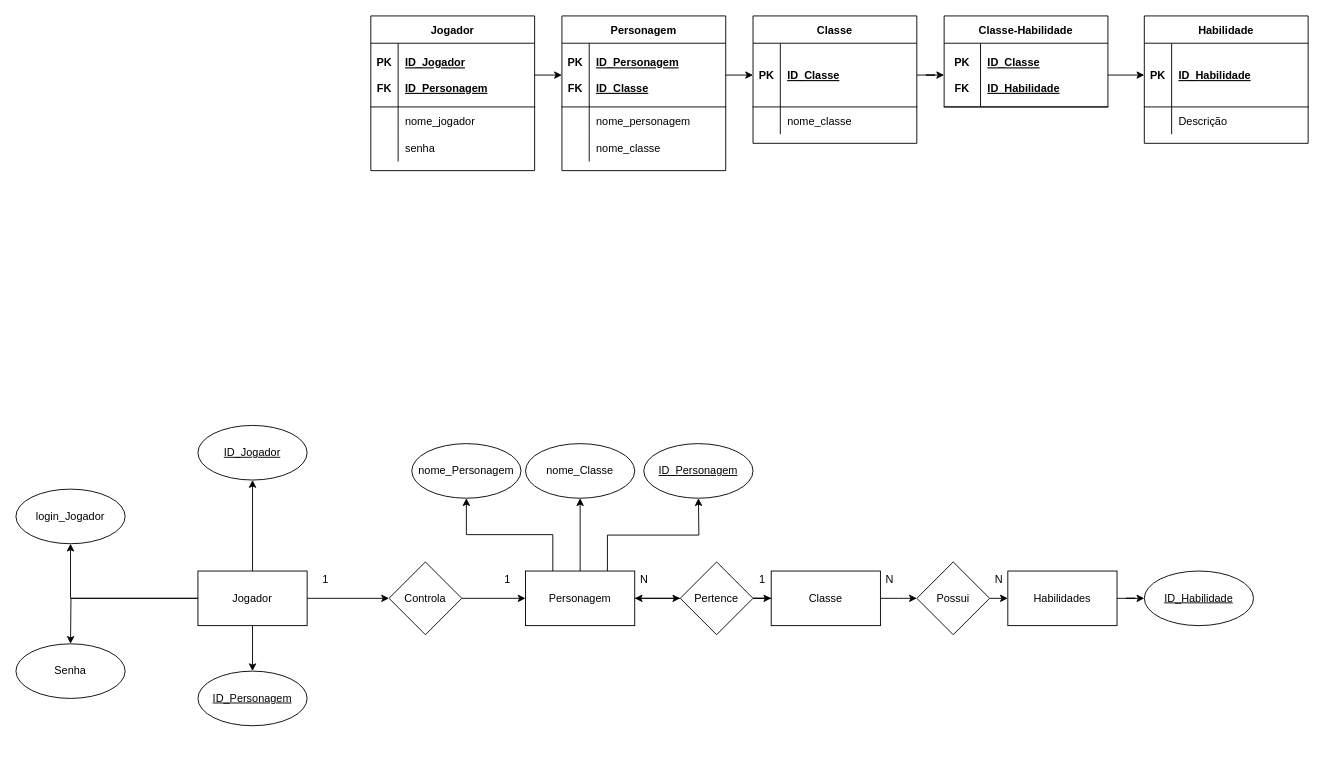
This is Untitled Diagram.drawio from CaianSantana/UC9SA3_SENAI, a draw.io file, before an edit. Source tidied: cells renumbered, new cells numbered last; positions are measured from the earlier drawing's top-left corner, leaving out a move shared by most shapes. Both pictures are drawn from the tidied source at 91%, with x=0, y=0 at pixel (15, 15).
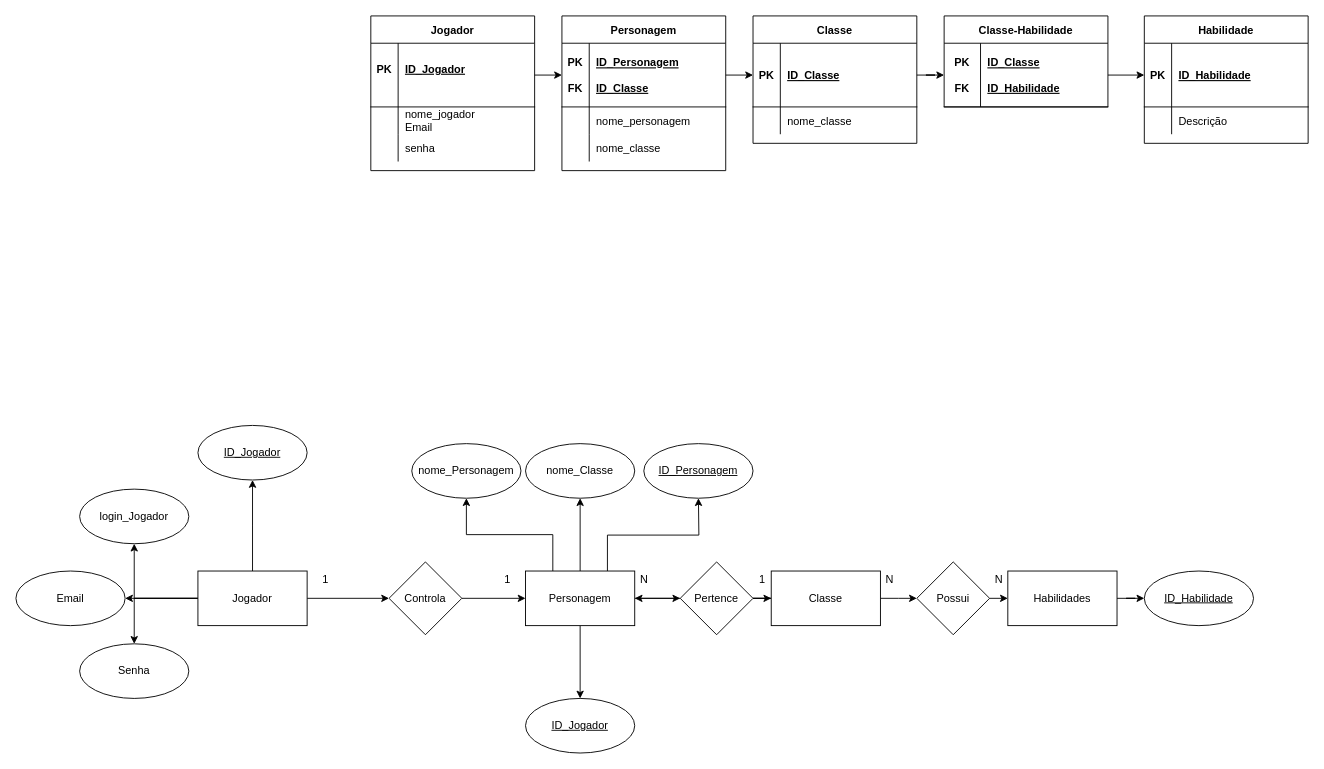
After the change.

Unchanged cells that the change refers to:
```xml
<mxCell id="3" style="shape=tableRow;horizontal=0;startSize=0;swimlaneHead=0;swimlaneBody=0;fillColor=none;points=[[0,0.5],[1,0.5]];portConstraint=eastwest;top=0;left=0;right=0;bottom=1;" parent="2" vertex="1">
  <mxGeometry y="30" width="180" height="70" as="geometry" />
</mxCell>
<mxCell id="6" style="shape=tableRow;horizontal=0;startSize=0;swimlaneHead=0;swimlaneBody=0;fillColor=none;top=0;left=0;right=0;bottom=0;" parent="2" vertex="1">
  <mxGeometry y="100" width="180" height="30" as="geometry" />
</mxCell>
<mxCell id="45" value="Jogador" style="rounded=0;whiteSpace=wrap;html=1;startSize=30;" parent="1" vertex="1">
  <mxGeometry x="200" y="610" width="120" height="60" as="geometry" />
</mxCell>
<mxCell id="52" value="Personagem" style="whiteSpace=wrap;html=1;rounded=0;startSize=30;" parent="1" vertex="1">
  <mxGeometry x="560" y="610" width="120" height="60" as="geometry" />
</mxCell>
```

The edit, as a diff of the source:
```diff
@@
-    <mxCell id="4" value="PK&#10;&#10;FK" style="shape=partialRectangle;fillColor=none;top=0;left=0;bottom=0;right=0;fontStyle=1;overflow=hidden;startSize=30;" parent="3" vertex="1">
+    <mxCell id="4" value="PK&#10;" style="shape=partialRectangle;fillColor=none;top=0;left=0;bottom=0;right=0;fontStyle=1;overflow=hidden;startSize=30;" parent="3" vertex="1">
       <mxGeometry width="30" height="70" as="geometry" />
     </mxCell>
-    <mxCell id="5" value="ID_Jogador&#10;&#10;ID_Personagem" style="shape=partialRectangle;fillColor=none;top=0;left=0;bottom=0;right=0;align=left;spacingLeft=6;fontStyle=5;overflow=hidden;startSize=30;" parent="3" vertex="1">
+    <mxCell id="5" value="ID_Jogador&#10;" style="shape=partialRectangle;fillColor=none;top=0;left=0;bottom=0;right=0;align=left;spacingLeft=6;fontStyle=5;overflow=hidden;startSize=30;" parent="3" vertex="1">
       <mxGeometry x="30" width="150" height="70" as="geometry" />
     </mxCell>
@@
-    <mxCell id="8" value="nome_jogador" style="shape=partialRectangle;fillColor=none;top=0;left=0;bottom=0;right=0;align=left;spacingLeft=6;overflow=hidden;startSize=30;" parent="6" vertex="1">
+    <mxCell id="8" value="nome_jogador&#10;Email" style="shape=partialRectangle;fillColor=none;top=0;left=0;bottom=0;right=0;align=left;spacingLeft=6;overflow=hidden;startSize=30;" parent="6" vertex="1">
       <mxGeometry x="30" width="150" height="30" as="geometry" />
     </mxCell>
@@
-    <mxCell id="43" style="edgeStyle=orthogonalEdgeStyle;rounded=0;jettySize=auto;html=1;startSize=30;" parent="1" edge="1" source="45">
+    <mxCell id="43" style="edgeStyle=orthogonalEdgeStyle;rounded=0;jettySize=auto;html=1;startSize=30;entryX=0.5;entryY=0;entryDx=0;entryDy=0;" parent="1" edge="1" source="45" target="72">
       <mxGeometry relative="1" as="geometry">
-        <mxPoint x="60" y="690" as="targetPoint" />
+        <Array as="points">
+          <mxPoint x="130" y="640" />
+        </Array>
       </mxGeometry>
     </mxCell>
-    <mxCell id="44" style="edgeStyle=orthogonalEdgeStyle;rounded=0;jettySize=auto;html=1;exitX=0.5;exitY=1;exitDx=0;exitDy=0;" parent="1" edge="1" source="45" target="74">
-      <mxGeometry relative="1" as="geometry" />
-    </mxCell>
+    <mxCell id="80" style="edgeStyle=orthogonalEdgeStyle;rounded=0;jettySize=auto;html=1;" parent="1" edge="1" source="45" target="83">
+      <mxGeometry relative="1" as="geometry" />
+    </mxCell>
@@
+    <mxCell id="81" style="edgeStyle=orthogonalEdgeStyle;rounded=0;jettySize=auto;html=1;" parent="1" edge="1" source="52" target="82">
+      <mxGeometry relative="1" as="geometry" />
+    </mxCell>
@@
     <mxCell id="71" value="login_Jogador" style="ellipse;whiteSpace=wrap;html=1;rounded=0;startSize=30;" parent="1" vertex="1">
-      <mxGeometry y="520" width="120" height="60" as="geometry" />
+      <mxGeometry x="70" y="520" width="120" height="60" as="geometry" />
     </mxCell>
     <mxCell id="72" value="Senha" style="ellipse;whiteSpace=wrap;html=1;rounded=0;startSize=30;" parent="1" vertex="1">
-      <mxGeometry y="690" width="120" height="60" as="geometry" />
+      <mxGeometry x="70" y="690" width="120" height="60" as="geometry" />
     </mxCell>
@@
-    <mxCell id="74" value="&lt;u&gt;ID_Personagem&lt;/u&gt;" style="ellipse;whiteSpace=wrap;html=1;rounded=0;startSize=30;" parent="1" vertex="1">
-      <mxGeometry x="200" y="720" width="120" height="60" as="geometry" />
-    </mxCell>
@@
+    <mxCell id="82" value="&lt;u style=&quot;&quot;&gt;ID_Jogador&lt;/u&gt;" style="ellipse;whiteSpace=wrap;html=1;rounded=0;startSize=30;" parent="1" vertex="1">
+      <mxGeometry x="560" y="750" width="120" height="60" as="geometry" />
+    </mxCell>
+    <mxCell id="83" value="Email" style="ellipse;whiteSpace=wrap;html=1;rounded=0;startSize=30;" parent="1" vertex="1">
+      <mxGeometry y="610" width="120" height="60" as="geometry" />
+    </mxCell>
```
